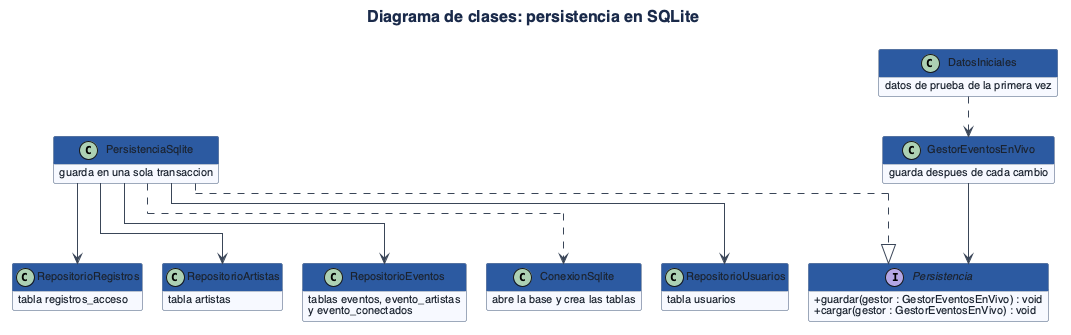
Above: TP/Grupo9_POO_Diagramas_Pdf/imagenes/clases-persistencia.png in lferraro1103/Proceso-de-desarrollo-de-sosftware (PlantUML), before the change. The source it was exported from:
```plantuml
@startuml
!include estilo.iuml
title Diagrama de clases: persistencia en SQLite

interface Persistencia {
  +guardar(gestor : GestorEventosEnVivo) : void
  +cargar(gestor : GestorEventosEnVivo) : void
}

class PersistenciaSqlite {
  guarda en una sola transaccion
}

class ConexionSqlite {
  abre la base y crea las tablas
}

class RepositorioUsuarios {
  tabla usuarios
}

class RepositorioArtistas {
  tabla artistas
}

class RepositorioEventos {
  tablas eventos, evento_artistas
  y evento_conectados
}

class RepositorioRegistros {
  tabla registros_acceso
}

class DatosIniciales {
  datos de prueba de la primera vez
}

class GestorEventosEnVivo {
  guarda despues de cada cambio
}

GestorEventosEnVivo --> Persistencia
PersistenciaSqlite ..|> Persistencia
PersistenciaSqlite --> RepositorioUsuarios
PersistenciaSqlite --> RepositorioArtistas
PersistenciaSqlite --> RepositorioEventos
PersistenciaSqlite --> RepositorioRegistros
PersistenciaSqlite ..> ConexionSqlite
DatosIniciales ..> GestorEventosEnVivo
@enduml
```
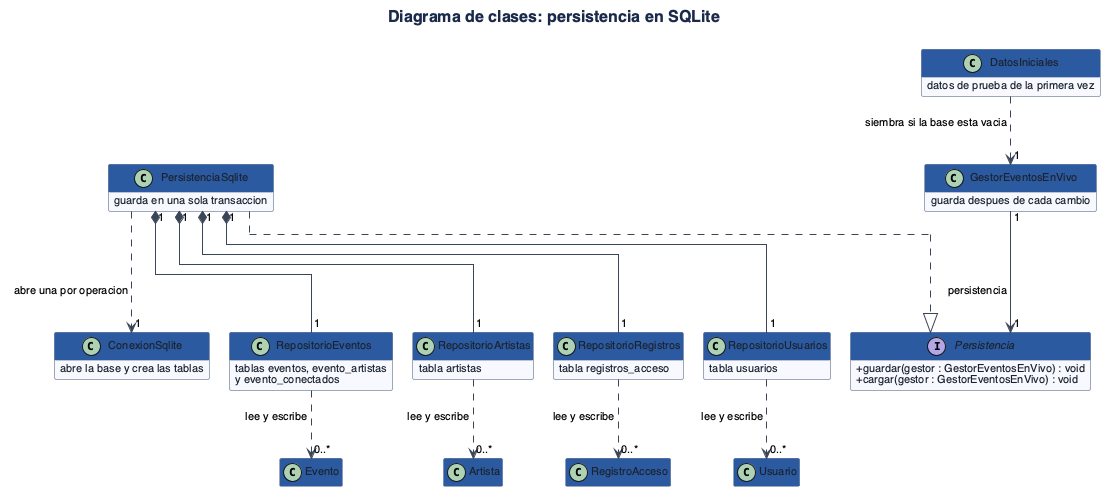
The same diagram one commit later.

What changed in the source:
```diff
@@ -40,12 +40,21 @@
   guarda despues de cada cambio
 }
 
-GestorEventosEnVivo --> Persistencia
+class Usuario
+class Artista
+class Evento
+class RegistroAcceso
+
+GestorEventosEnVivo "1" --> "1" Persistencia : persistencia
 PersistenciaSqlite ..|> Persistencia
-PersistenciaSqlite --> RepositorioUsuarios
-PersistenciaSqlite --> RepositorioArtistas
-PersistenciaSqlite --> RepositorioEventos
-PersistenciaSqlite --> RepositorioRegistros
-PersistenciaSqlite ..> ConexionSqlite
-DatosIniciales ..> GestorEventosEnVivo
+PersistenciaSqlite "1" *-- "1" RepositorioUsuarios
+PersistenciaSqlite "1" *-- "1" RepositorioArtistas
+PersistenciaSqlite "1" *-- "1" RepositorioEventos
+PersistenciaSqlite "1" *-- "1" RepositorioRegistros
+PersistenciaSqlite ..> "1" ConexionSqlite : abre una por operacion
+RepositorioUsuarios ..> "0..*" Usuario : lee y escribe
+RepositorioArtistas ..> "0..*" Artista : lee y escribe
+RepositorioEventos ..> "0..*" Evento : lee y escribe
+RepositorioRegistros ..> "0..*" RegistroAcceso : lee y escribe
+DatosIniciales ..> "1" GestorEventosEnVivo : siembra si la base esta vacia
 @enduml
```
